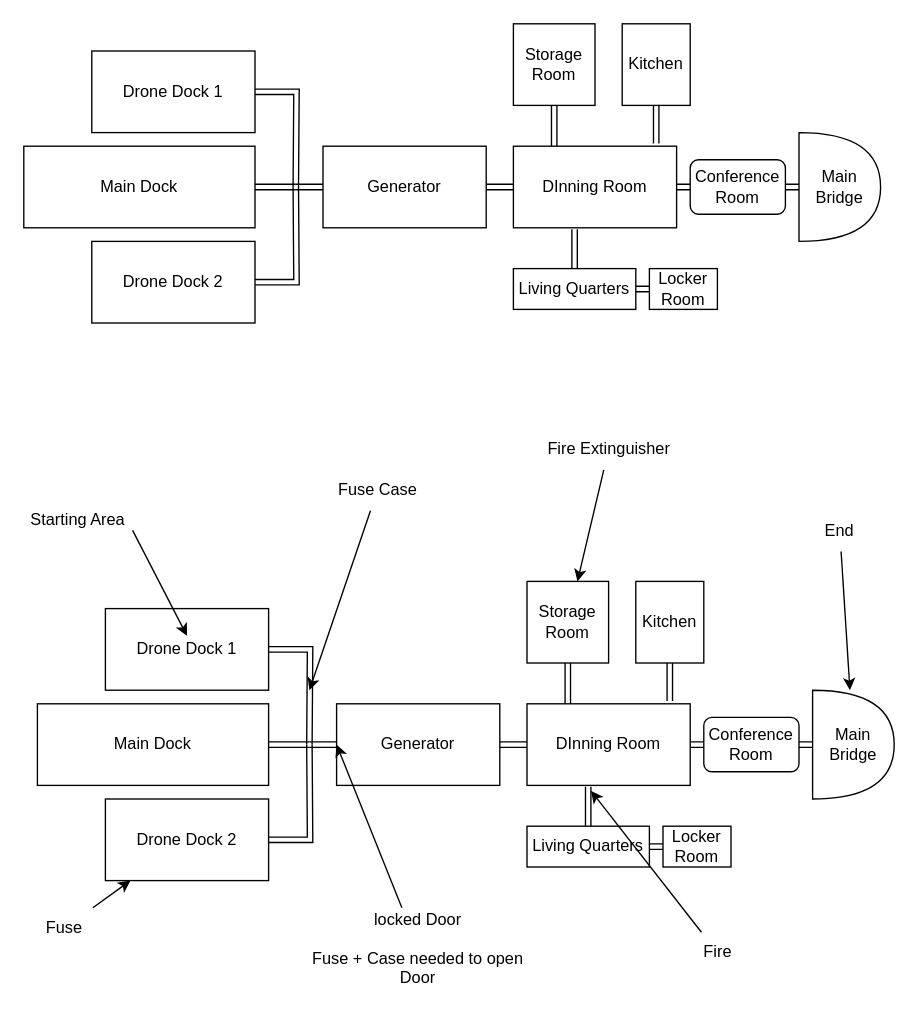
The draw.io diagram Artifacts/VoidMap.drawio in Jonas-Pamminger/void-prolog-game-, before the edit. Source tidied: cells renumbered, new cells numbered last; positions are measured from the earlier drawing's top-left corner, leaving out a move shared by most shapes. Both pictures are drawn from the tidied source at 136%, with x=0, y=0 at pixel (23, 23).
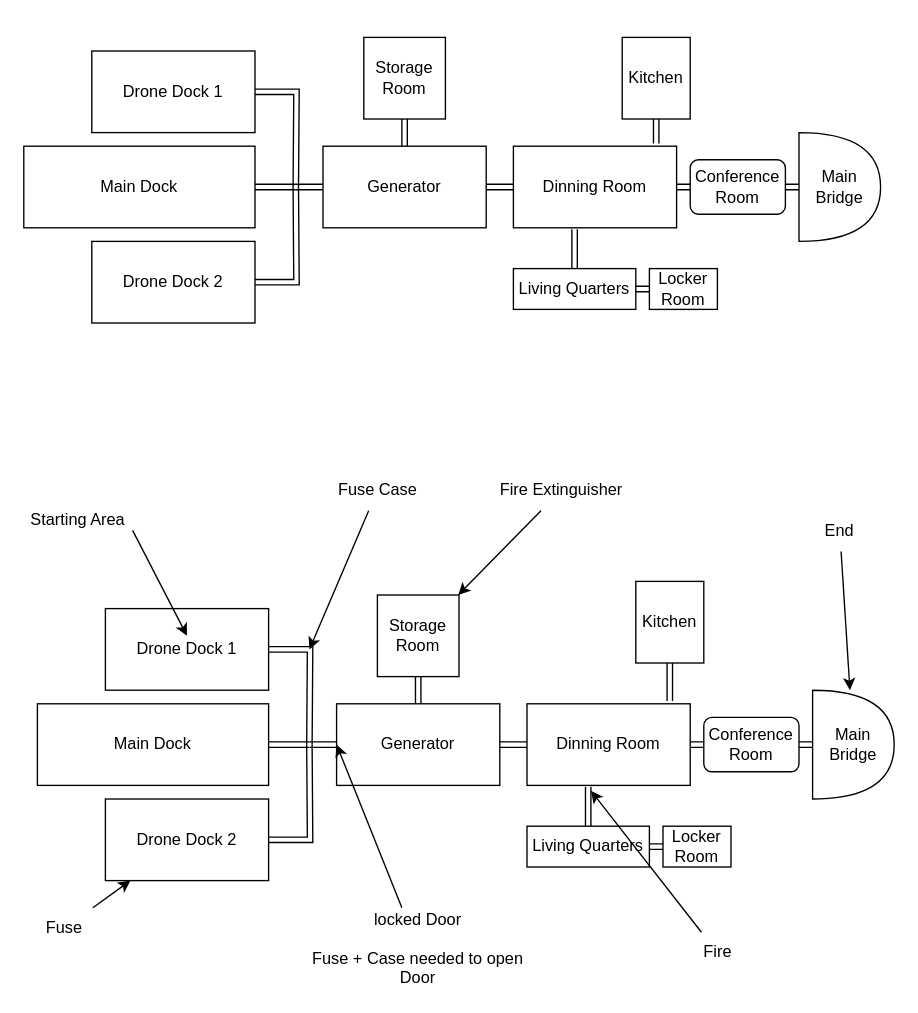
Above is the later version.

Unchanged cells that the change refers to:
```xml
<mxCell id="10" value="Generator" style="rounded=0;whiteSpace=wrap;html=1;" parent="1" vertex="1">
  <mxGeometry x="220" y="90" width="120" height="60" as="geometry" />
</mxCell>
<mxCell id="32" value="Generator" style="rounded=0;whiteSpace=wrap;html=1;" parent="1" vertex="1">
  <mxGeometry x="230" y="500" width="120" height="60" as="geometry" />
</mxCell>
<mxCell id="53" value="Fuse Case" style="text;html=1;align=center;verticalAlign=middle;points=[];strokeColor=none;fillColor=none;" parent="1" vertex="1">
  <mxGeometry x="220" y="328" width="80" height="30" as="geometry" />
</mxCell>
```

Change to the diagram source:
```diff
@@
-    <mxCell id="11" style="edgeStyle=orthogonalEdgeStyle;shape=link;rounded=0;jettySize=auto;html=1;exitX=0.5;exitY=1;exitDx=0;exitDy=0;entryX=0.25;entryY=0;entryDx=0;entryDy=0;" parent="1" edge="1" source="12" target="18">
-      <mxGeometry relative="1" as="geometry" />
-    </mxCell>
+    <mxCell id="60" style="edgeStyle=orthogonalEdgeStyle;shape=link;rounded=0;jettySize=auto;html=1;entryX=0.5;entryY=0;entryDx=0;entryDy=0;" parent="1" edge="1" source="12" target="10">
+      <mxGeometry relative="1" as="geometry" />
+    </mxCell>
     <mxCell id="12" value="Storage Room" style="rounded=0;whiteSpace=wrap;html=1;" parent="1" vertex="1">
-      <mxGeometry x="360" width="60" height="60" as="geometry" />
+      <mxGeometry x="250" y="10" width="60" height="60" as="geometry" />
     </mxCell>
@@
-    <mxCell id="18" value="DInning Room" style="rounded=0;whiteSpace=wrap;html=1;" parent="1" vertex="1">
+    <mxCell id="18" value="Dinning Room" style="rounded=0;whiteSpace=wrap;html=1;" parent="1" vertex="1">
       <mxGeometry x="360" y="90" width="120" height="60" as="geometry" />
     </mxCell>
@@
     <mxCell id="20" value="Kitchen" style="rounded=0;whiteSpace=wrap;html=1;" parent="1" vertex="1">
-      <mxGeometry x="440" width="50" height="60" as="geometry" />
+      <mxGeometry x="440" y="10" width="50" height="60" as="geometry" />
     </mxCell>
@@
-    <mxCell id="33" style="edgeStyle=orthogonalEdgeStyle;shape=link;rounded=0;jettySize=auto;html=1;exitX=0.5;exitY=1;exitDx=0;exitDy=0;entryX=0.25;entryY=0;entryDx=0;entryDy=0;" parent="1" edge="1" source="34" target="40">
-      <mxGeometry relative="1" as="geometry" />
-    </mxCell>
+    <mxCell id="61" style="edgeStyle=orthogonalEdgeStyle;shape=link;rounded=0;jettySize=auto;html=1;entryX=0.5;entryY=0;entryDx=0;entryDy=0;" parent="1" edge="1" source="34" target="32">
+      <mxGeometry relative="1" as="geometry" />
+    </mxCell>
     <mxCell id="34" value="Storage Room" style="rounded=0;whiteSpace=wrap;html=1;" parent="1" vertex="1">
-      <mxGeometry x="370" y="410" width="60" height="60" as="geometry" />
+      <mxGeometry x="260" y="420" width="60" height="60" as="geometry" />
     </mxCell>
@@
-    <mxCell id="40" value="DInning Room" style="rounded=0;whiteSpace=wrap;html=1;" parent="1" vertex="1">
+    <mxCell id="40" value="Dinning Room" style="rounded=0;whiteSpace=wrap;html=1;" parent="1" vertex="1">
       <mxGeometry x="370" y="500" width="120" height="60" as="geometry" />
     </mxCell>
@@
     <mxCell id="52" style="edgeStyle=none;rounded=0;jettySize=auto;html=1;" parent="1" edge="1" source="53">
       <mxGeometry relative="1" as="geometry">
-        <mxPoint x="210" y="490" as="targetPoint" />
+        <mxPoint x="210" y="460" as="targetPoint" />
       </mxGeometry>
     </mxCell>
@@
     <mxCell id="57" value="Fire Extinguisher" style="text;html=1;align=center;verticalAlign=middle;points=[];strokeColor=none;fillColor=none;" parent="1" vertex="1">
-      <mxGeometry x="375" y="298" width="110" height="30" as="geometry" />
+      <mxGeometry x="340" y="328" width="110" height="30" as="geometry" />
     </mxCell>
```
